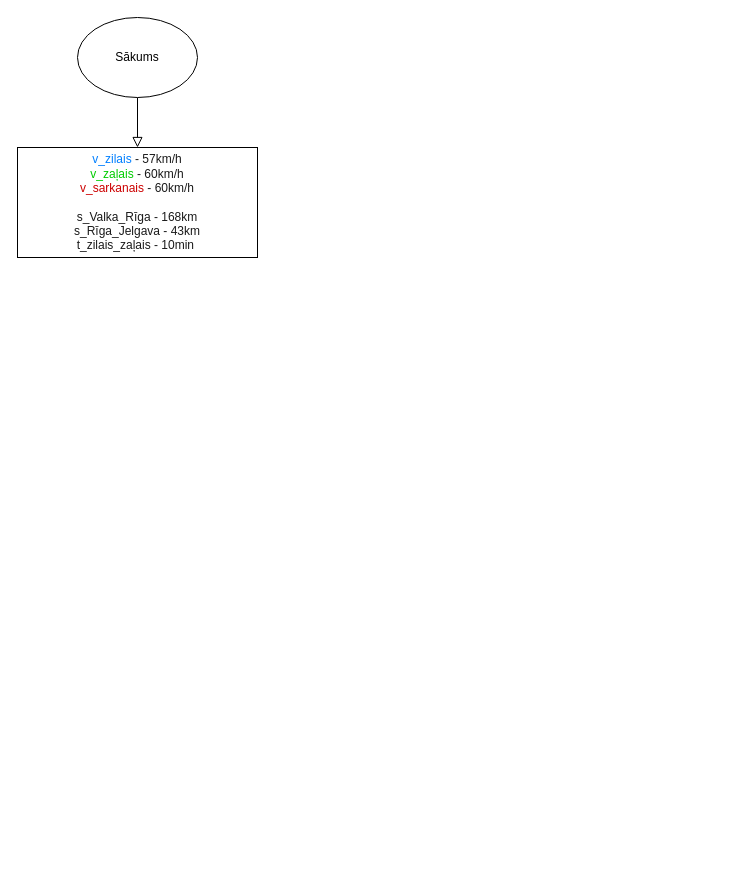
Earlier version of the draw.io diagram Diagramma bez nosaukuma.drawio (Selgascepums/Skola). Source tidied: cells renumbered, new cells numbered last; positions are measured from the earlier drawing's top-left corner, leaving out a move shared by most shapes. Both pictures are drawn from the tidied source at 100%, with x=0, y=0 at pixel (17, 17).
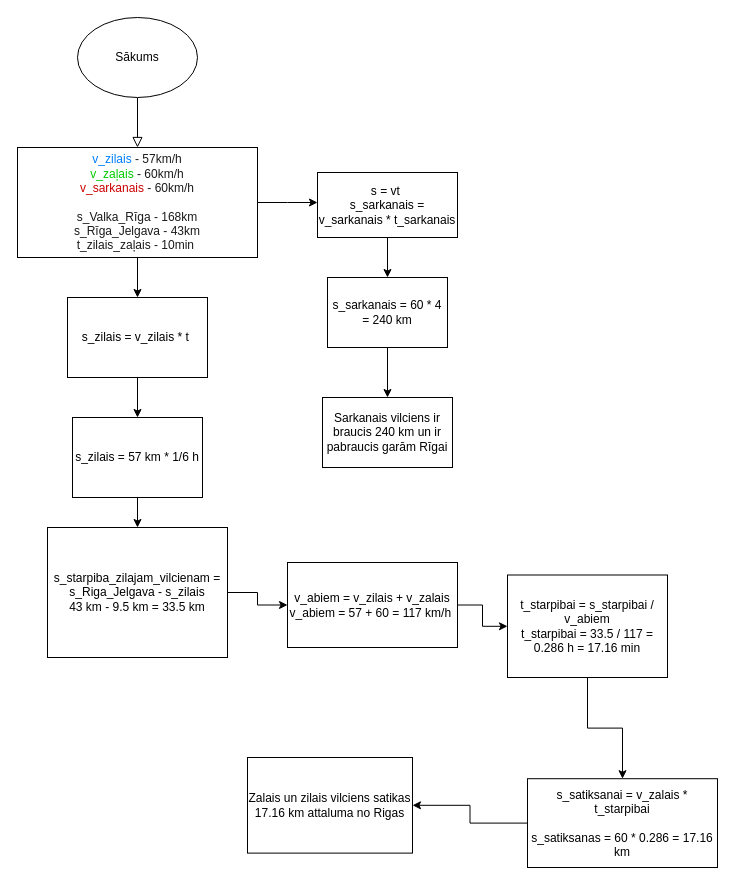
After the change.

The change refers to these unchanged cells:
```xml
<mxCell id="4" value="&lt;font color=&quot;#007fff&quot;&gt;v_zilais &lt;/font&gt;&lt;font color=&quot;#1a1a1a&quot;&gt;- 57km/h&lt;/font&gt;&lt;div&gt;&lt;font color=&quot;#00cc00&quot;&gt;v_zaļais &lt;/font&gt;&lt;font color=&quot;#1a1a1a&quot;&gt;- 60km/h&lt;/font&gt;&lt;/div&gt;&lt;div&gt;&lt;font color=&quot;#cc0000&quot;&gt;v_sarkanais &lt;/font&gt;&lt;font color=&quot;#1a1a1a&quot;&gt;- 60km/h&lt;/font&gt;&lt;/div&gt;&lt;div&gt;&lt;span style=&quot;color: rgb(26, 26, 26); background-color: initial;&quot;&gt;&lt;br&gt;&lt;/span&gt;&lt;/div&gt;&lt;div&gt;&lt;span style=&quot;color: rgb(26, 26, 26); background-color: initial;&quot;&gt;s_Valka_Rīga - 168km&lt;/span&gt;&lt;br&gt;&lt;/div&gt;&lt;div&gt;&lt;font color=&quot;#1a1a1a&quot;&gt;s_Rīga_Jelgava - 43km&lt;/font&gt;&lt;/div&gt;&lt;div&gt;&lt;font color=&quot;#1a1a1a&quot;&gt;t_zilais_zaļais - 10min&amp;nbsp;&lt;/font&gt;&lt;/div&gt;" style="rounded=0;whiteSpace=wrap;html=1;" parent="1" vertex="1">
  <mxGeometry y="130" width="240" height="110" as="geometry" />
</mxCell>
```

Change to the diagram source:
```diff
@@
+    <mxCell id="5" style="edgeStyle=orthogonalEdgeStyle;rounded=0;jettySize=auto;html=1;exitX=1;exitY=0.5;exitDx=0;exitDy=0;" parent="1" edge="1" source="4">
+      <mxGeometry relative="1" as="geometry">
+        <mxPoint x="300" y="185" as="targetPoint" />
+      </mxGeometry>
+    </mxCell>
@@
+    <mxCell id="6" style="edgeStyle=orthogonalEdgeStyle;rounded=0;jettySize=auto;html=1;" parent="1" edge="1" source="7" target="9">
+      <mxGeometry relative="1" as="geometry" />
+    </mxCell>
+    <mxCell id="7" value="s = vt&amp;nbsp;&lt;div&gt;s_sarkanais = v_sarkanais * t_sarkanais&lt;/div&gt;" style="rounded=0;whiteSpace=wrap;html=1;" parent="1" vertex="1">
+      <mxGeometry x="300" y="155" width="140" height="65" as="geometry" />
+    </mxCell>
+    <mxCell id="8" style="edgeStyle=orthogonalEdgeStyle;rounded=0;jettySize=auto;html=1;" parent="1" edge="1" source="9" target="10">
+      <mxGeometry relative="1" as="geometry" />
+    </mxCell>
+    <mxCell id="9" value="s_sarkanais = 60 * 4 = 240 km" style="rounded=0;whiteSpace=wrap;html=1;" parent="1" vertex="1">
+      <mxGeometry x="310" y="260" width="120" height="70" as="geometry" />
+    </mxCell>
+    <mxCell id="10" value="Sarkanais vilciens ir braucis 240 km un ir pabraucis garām Rīgai" style="rounded=0;whiteSpace=wrap;html=1;" parent="1" vertex="1">
+      <mxGeometry x="305" y="380" width="130" height="70" as="geometry" />
+    </mxCell>
+    <mxCell id="11" style="edgeStyle=orthogonalEdgeStyle;rounded=0;jettySize=auto;html=1;" parent="1" edge="1" source="15" target="13">
+      <mxGeometry relative="1" as="geometry" />
+    </mxCell>
+    <mxCell id="12" style="edgeStyle=orthogonalEdgeStyle;rounded=0;jettySize=auto;html=1;" parent="1" edge="1" source="13" target="17">
+      <mxGeometry relative="1" as="geometry" />
+    </mxCell>
+    <mxCell id="13" value="s_zilais = 57 km * 1/6 h" style="whiteSpace=wrap;html=1;rounded=0;" parent="1" vertex="1">
+      <mxGeometry x="55" y="400" width="130" height="80" as="geometry" />
+    </mxCell>
+    <mxCell id="14" style="edgeStyle=orthogonalEdgeStyle;rounded=0;jettySize=auto;html=1;exitX=0.5;exitY=1;exitDx=0;exitDy=0;" parent="1" edge="1" source="4" target="15">
+      <mxGeometry relative="1" as="geometry" />
+    </mxCell>
+    <mxCell id="15" value="s_zilais = v_zilais * t&amp;nbsp;" style="rounded=0;whiteSpace=wrap;html=1;" parent="1" vertex="1">
+      <mxGeometry x="50" y="280" width="140" height="80" as="geometry" />
+    </mxCell>
+    <mxCell id="16" style="edgeStyle=orthogonalEdgeStyle;rounded=0;jettySize=auto;html=1;" parent="1" edge="1" source="17" target="19">
+      <mxGeometry relative="1" as="geometry" />
+    </mxCell>
+    <mxCell id="17" value="s_starpiba_zilajam_vilcienam = s_Riga_Jelgava - s_zilais&lt;div&gt;43 km - 9.5 km = 33.5 km&lt;/div&gt;" style="whiteSpace=wrap;html=1;rounded=0;" parent="1" vertex="1">
+      <mxGeometry x="30" y="510" width="180" height="130" as="geometry" />
+    </mxCell>
+    <mxCell id="18" style="edgeStyle=orthogonalEdgeStyle;rounded=0;jettySize=auto;html=1;" parent="1" edge="1" source="19" target="21">
+      <mxGeometry relative="1" as="geometry" />
+    </mxCell>
+    <mxCell id="19" value="v_abiem = v_zilais + v_zalais&lt;div&gt;v_abiem = 57 + 60 = 117 km/h&amp;nbsp;&lt;/div&gt;" style="whiteSpace=wrap;html=1;rounded=0;" parent="1" vertex="1">
+      <mxGeometry x="270" y="545" width="170" height="85" as="geometry" />
+    </mxCell>
+    <mxCell id="20" style="edgeStyle=orthogonalEdgeStyle;rounded=0;jettySize=auto;html=1;" parent="1" edge="1" source="21" target="23">
+      <mxGeometry relative="1" as="geometry" />
+    </mxCell>
+    <mxCell id="21" value="t_starpibai = s_starpibai / v_abiem&lt;div&gt;t_starpibai = 33.5 / 117 = 0.286 h = 17.16 min&lt;/div&gt;" style="whiteSpace=wrap;html=1;rounded=0;" parent="1" vertex="1">
+      <mxGeometry x="490" y="557.5" width="160" height="102.5" as="geometry" />
+    </mxCell>
+    <mxCell id="22" style="edgeStyle=orthogonalEdgeStyle;rounded=0;jettySize=auto;html=1;" parent="1" edge="1" source="23" target="24">
+      <mxGeometry relative="1" as="geometry" />
+    </mxCell>
+    <mxCell id="23" value="s_satiksanai = v_zalais * t_starpibai&lt;div&gt;&lt;br&gt;&lt;/div&gt;&lt;div&gt;s_satiksanas = 60 * 0.286 = 17.16 km&lt;/div&gt;" style="whiteSpace=wrap;html=1;rounded=0;" parent="1" vertex="1">
+      <mxGeometry x="510" y="761.2" width="190" height="88.8" as="geometry" />
+    </mxCell>
+    <mxCell id="24" value="Zalais un zilais vilciens satikas 17.16 km attaluma no Rigas" style="whiteSpace=wrap;html=1;rounded=0;" parent="1" vertex="1">
+      <mxGeometry x="230" y="740" width="165" height="95.6" as="geometry" />
+    </mxCell>
```
